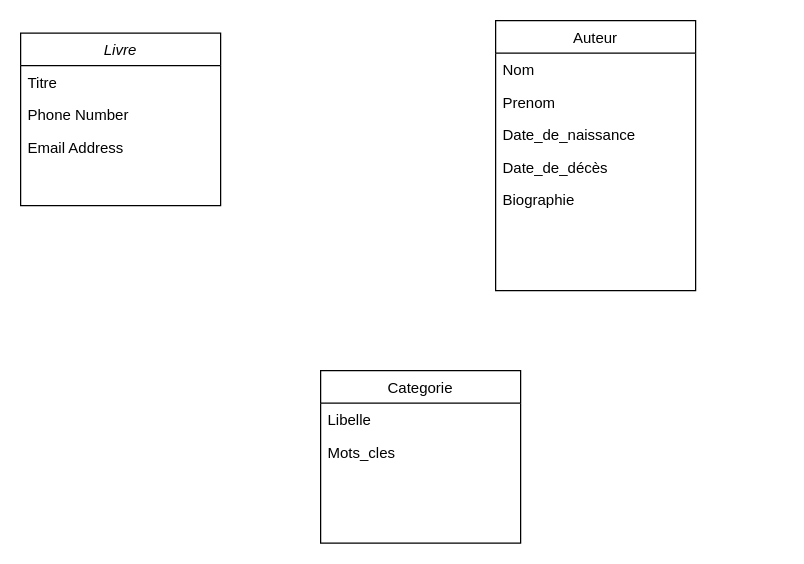
This is McdEXO.drawio from Steony/Spring, a draw.io file, before an edit. Source tidied: cells renumbered, new cells numbered last; positions are measured from the earlier drawing's top-left corner, leaving out a move shared by most shapes. Both pictures are drawn from the tidied source at 125%, with x=0, y=0 at pixel (20, 20).
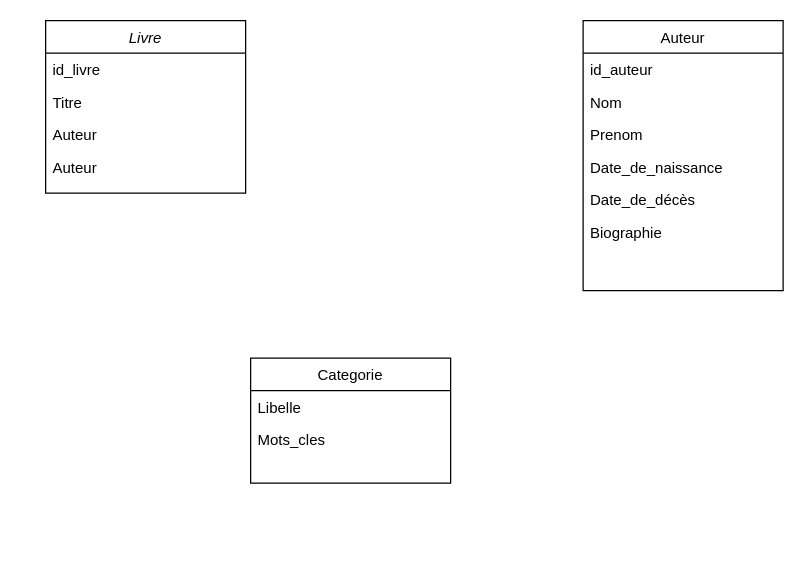
The same diagram, later.

Commit message (it also covers changes not shown here):
Mettre à jour McdEXO.drawio

What changed in the source:
```diff
@@
 <mxGraphModel>
   <root>
     <mxCell id="0" />
     <mxCell id="1" parent="0" />
     <mxCell id="2" value="Livre" style="swimlane;fontStyle=2;align=center;verticalAlign=top;horizontal=1;startSize=26;rounded=0;shadow=0;strokeWidth=1;" parent="1" vertex="1">
-      <mxGeometry y="10" width="160" height="138" as="geometry" />
+      <mxGeometry x="20" width="160" height="138" as="geometry" />
     </mxCell>
-    <mxCell id="3" value="Titre" style="text;align=left;verticalAlign=top;spacingLeft=4;spacingRight=4;overflow=hidden;" parent="2" vertex="1">
+    <mxCell id="3" value="id_livre" style="text;align=left;verticalAlign=top;spacingLeft=4;spacingRight=4;overflow=hidden;" parent="2" vertex="1">
       <mxGeometry y="26" width="160" height="26" as="geometry" />
     </mxCell>
+    <mxCell id="15" value="Titre" style="text;align=left;verticalAlign=top;spacingLeft=4;spacingRight=4;overflow=hidden;" parent="2" vertex="1">
+      <mxGeometry y="52" width="160" height="26" as="geometry" />
+    </mxCell>
-    <mxCell id="4" value="Phone Number" style="text;align=left;verticalAlign=top;spacingLeft=4;spacingRight=4;overflow=hidden;rounded=0;shadow=0;html=0;" parent="2" vertex="1">
-      <mxGeometry y="52" width="160" height="26" as="geometry" />
+    <mxCell id="4" value="Auteur" style="text;align=left;verticalAlign=top;spacingLeft=4;spacingRight=4;overflow=hidden;rounded=0;shadow=0;html=0;" parent="2" vertex="1">
+      <mxGeometry y="78" width="160" height="26" as="geometry" />
     </mxCell>
-    <mxCell id="5" value="Email Address" style="text;align=left;verticalAlign=top;spacingLeft=4;spacingRight=4;overflow=hidden;rounded=0;shadow=0;html=0;" parent="2" vertex="1">
-      <mxGeometry y="78" width="160" height="26" as="geometry" />
-    </mxCell>
+    <mxCell id="16" value="Auteur" style="text;align=left;verticalAlign=top;spacingLeft=4;spacingRight=4;overflow=hidden;rounded=0;shadow=0;html=0;" parent="2" vertex="1">
+      <mxGeometry y="104" width="160" height="26" as="geometry" />
+    </mxCell>
     <mxCell id="6" value="Categorie" style="swimlane;fontStyle=0;align=center;verticalAlign=top;horizontal=1;startSize=26;rounded=0;shadow=0;strokeWidth=1;" parent="1" vertex="1">
-      <mxGeometry x="240" y="280" width="160" height="138" as="geometry" />
+      <mxGeometry x="184" y="270" width="160" height="100" as="geometry" />
     </mxCell>
     <mxCell id="7" value="Libelle" style="text;align=left;verticalAlign=top;spacingLeft=4;spacingRight=4;overflow=hidden;" parent="6" vertex="1">
       <mxGeometry y="26" width="160" height="26" as="geometry" />
     </mxCell>
     <mxCell id="8" value="Mots_cles" style="text;align=left;verticalAlign=top;spacingLeft=4;spacingRight=4;overflow=hidden;rounded=0;shadow=0;html=0;" parent="6" vertex="1">
       <mxGeometry y="52" width="160" height="26" as="geometry" />
     </mxCell>
     <mxCell id="9" value="Auteur" style="swimlane;fontStyle=0;align=center;verticalAlign=top;horizontal=1;startSize=26;rounded=0;shadow=0;strokeWidth=1;" parent="1" vertex="1">
-      <mxGeometry x="380" width="160" height="216" as="geometry" />
+      <mxGeometry x="450" width="160" height="216" as="geometry" />
     </mxCell>
-    <mxCell id="10" value="Nom" style="text;align=left;verticalAlign=top;spacingLeft=4;spacingRight=4;overflow=hidden;" parent="9" vertex="1">
+    <mxCell id="10" value="id_auteur" style="text;align=left;verticalAlign=top;spacingLeft=4;spacingRight=4;overflow=hidden;" parent="9" vertex="1">
       <mxGeometry y="26" width="160" height="26" as="geometry" />
     </mxCell>
+    <mxCell id="17" value="Nom" style="text;align=left;verticalAlign=top;spacingLeft=4;spacingRight=4;overflow=hidden;" parent="9" vertex="1">
+      <mxGeometry y="52" width="160" height="26" as="geometry" />
+    </mxCell>
     <mxCell id="11" value="Prenom" style="text;align=left;verticalAlign=top;spacingLeft=4;spacingRight=4;overflow=hidden;rounded=0;shadow=0;html=0;" parent="9" vertex="1">
-      <mxGeometry y="52" width="160" height="26" as="geometry" />
+      <mxGeometry y="78" width="160" height="26" as="geometry" />
     </mxCell>
     <mxCell id="12" value="Date_de_naissance" style="text;align=left;verticalAlign=top;spacingLeft=4;spacingRight=4;overflow=hidden;rounded=0;shadow=0;html=0;" parent="9" vertex="1">
-      <mxGeometry y="78" width="160" height="26" as="geometry" />
+      <mxGeometry y="104" width="160" height="26" as="geometry" />
     </mxCell>
     <mxCell id="13" value="Date_de_décès" style="text;align=left;verticalAlign=top;spacingLeft=4;spacingRight=4;overflow=hidden;rounded=0;shadow=0;html=0;" parent="9" vertex="1">
-      <mxGeometry y="104" width="160" height="26" as="geometry" />
+      <mxGeometry y="130" width="160" height="26" as="geometry" />
     </mxCell>
     <mxCell id="14" value="Biographie" style="text;align=left;verticalAlign=top;spacingLeft=4;spacingRight=4;overflow=hidden;rounded=0;shadow=0;html=0;" parent="9" vertex="1">
-      <mxGeometry y="130" width="160" height="26" as="geometry" />
+      <mxGeometry y="156" width="160" height="26" as="geometry" />
     </mxCell>
   </root>
 </mxGraphModel>
```
